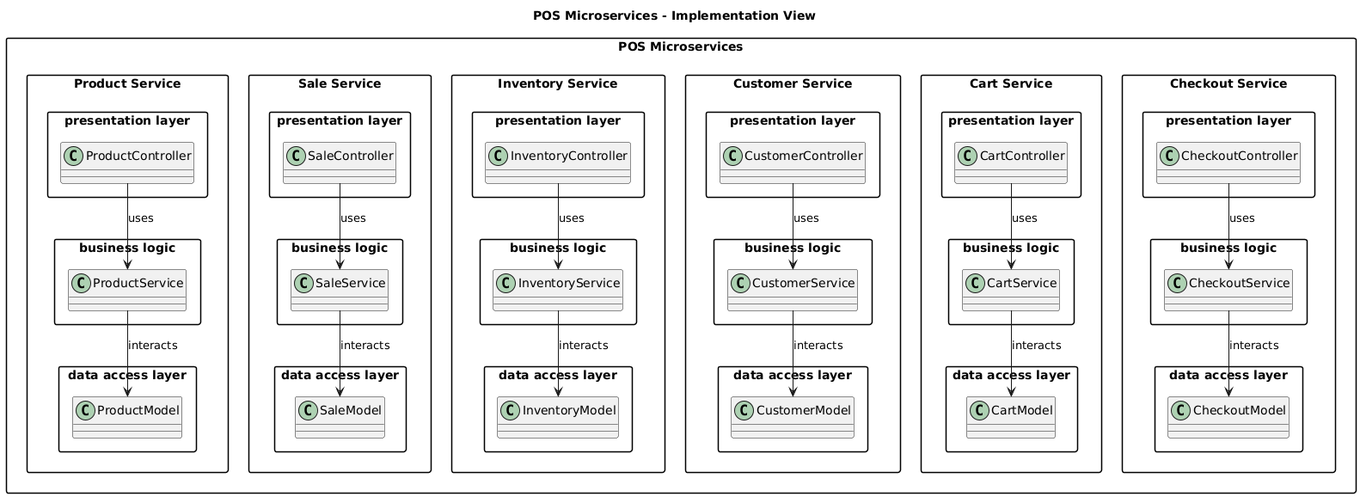
Before: out/docs/UML/VueImplementation/VuePackagePOS.png, a diagram exported from PlantUML (Jonathan-Lorfils/LOG430-Lab).
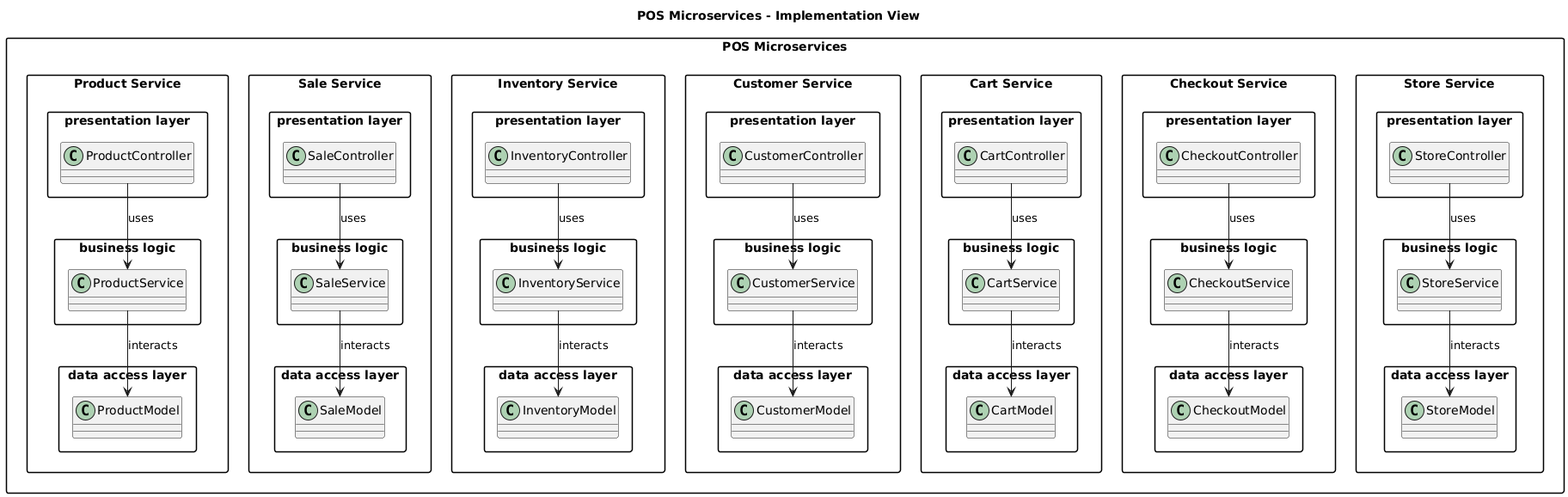
The same diagram one commit later.

Change to the diagram source:
```diff
@@ -112,5 +112,23 @@
     CheckoutController --> CheckoutService : uses
     CheckoutService --> CheckoutModel : interacts
   }
+
+  package "Store Service" {
+
+    package "data access layer" {
+      class StoreModel
+    }
+
+    package "business logic" {
+      class StoreService
+    }
+
+    package "presentation layer" {
+      class StoreController
+    }
+
+    StoreController --> StoreService : uses
+    StoreService --> StoreModel : interacts
+  }
 }
 @enduml
```
